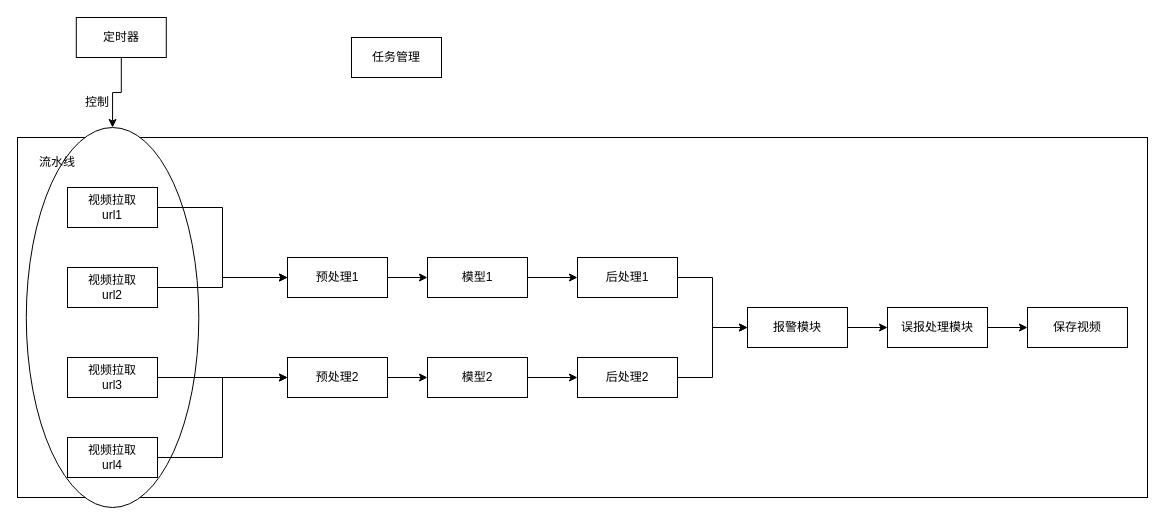
The draw.io diagram 系统架构图.drawio in zhaoning999/notes, before the edit. Source tidied: cells renumbered, new cells numbered last; positions are measured from the earlier drawing's top-left corner, leaving out a move shared by most shapes. Both pictures are drawn from the tidied source at 100%, with x=0, y=0 at pixel (17, 17).
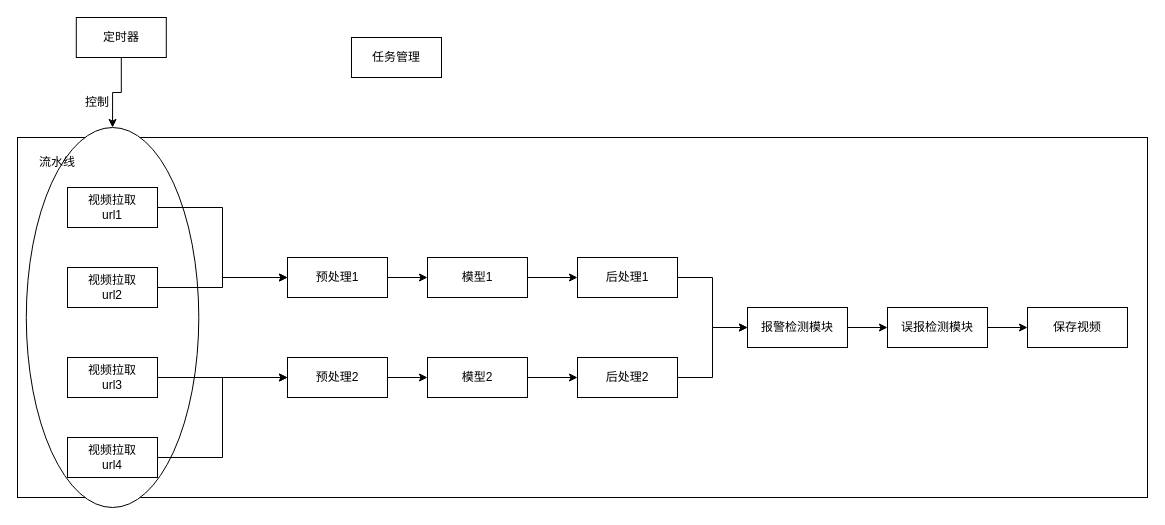
Above is the later version.

Commit message:
Update 系统架构图.drawio

Diff of the diagram source:
```diff
@@
-    <mxCell id="25" value="报警模块" style="rounded=0;whiteSpace=wrap;html=1;" parent="1" vertex="1">
+    <mxCell id="25" value="报警检测模块" style="rounded=0;whiteSpace=wrap;html=1;" parent="1" vertex="1">
       <mxGeometry x="730" y="290" width="100" height="40" as="geometry" />
     </mxCell>
@@
-    <mxCell id="29" value="误报处理模块" style="rounded=0;whiteSpace=wrap;html=1;" parent="1" vertex="1">
+    <mxCell id="29" value="误报检测模块" style="rounded=0;whiteSpace=wrap;html=1;" parent="1" vertex="1">
       <mxGeometry x="870" y="290" width="100" height="40" as="geometry" />
     </mxCell>
```
